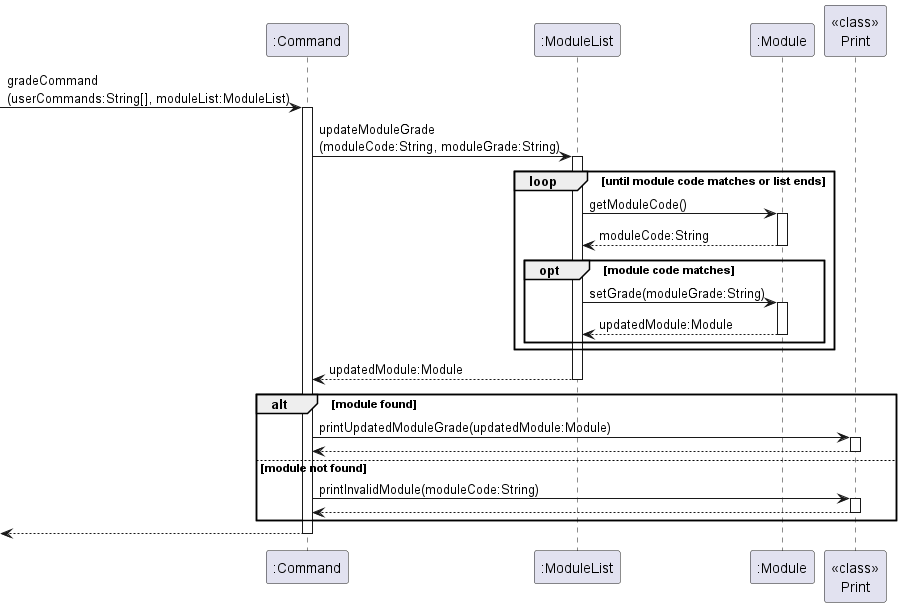
Earlier version of the PlantUML export docs/diagrams/GradeCommand.png (saintzaw/tp).
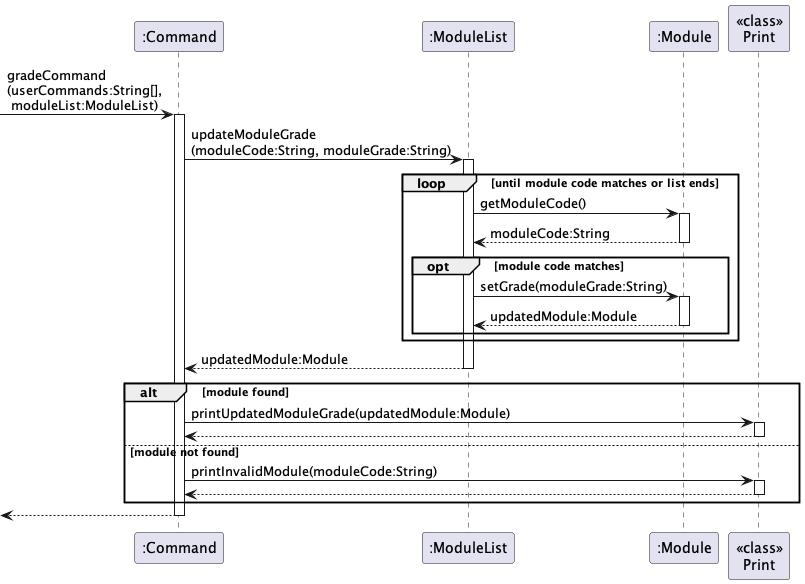
Above is the later version.

Diff of the diagram source:
```diff
@@ -5,7 +5,7 @@
 participant ":Module" as Mod
 participant "<<class>>\nPrint" as Print
 
-[->Command : gradeCommand\n(userCommands:String[], moduleList:ModuleList)
+[->Command : gradeCommand\n(userCommands:String[],\n moduleList:ModuleList)
 activate Command
 Command->ML : updateModuleGrade\n(moduleCode:String, moduleGrade:String)
 
```
